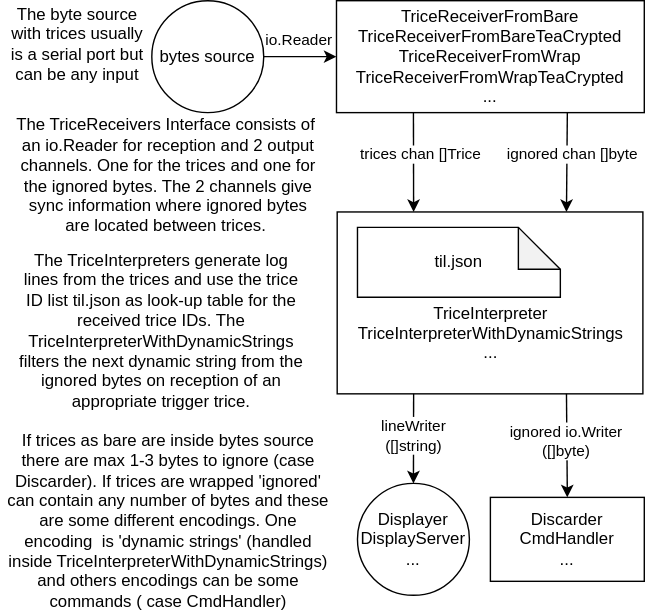
rokath/trice keeps this draw.io diagram as docs/README.media/TriceReceiver2.svg. Above is the earlier version. Source tidied: cells renumbered, new cells last; positions are measured from the earlier drawing's top-left corner, leaving out a move shared by most shapes.
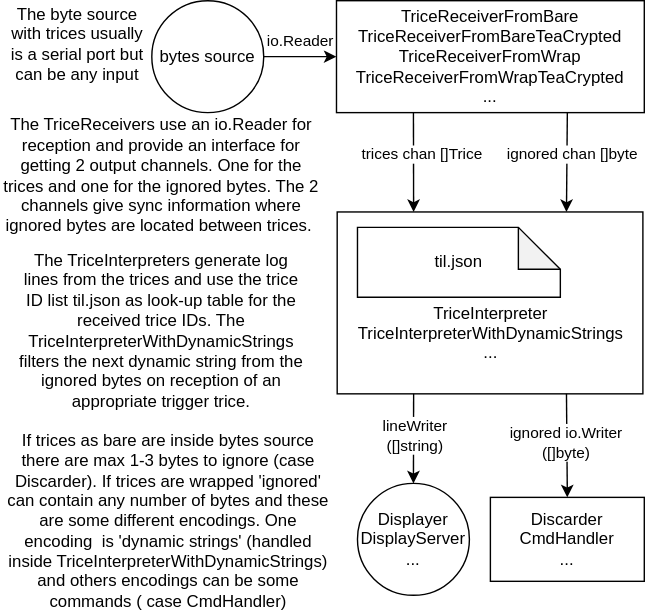
After the commit.

What changed in the source:
```diff
@@ -60,8 +60,8 @@
     <mxCell id="17" value="If trices as bare are inside bytes source there are max 1-3 bytes to ignore (case Discarder). If trices are wrapped 'ignored' can contain any number of bytes and these are some different encodings. One encoding&amp;nbsp; is 'dynamic strings' (handled inside TriceInterpreterWithDynamicStrings) and others encodings can be some commands ( case CmdHandler)" style="text;html=1;strokeColor=none;fillColor=none;align=center;verticalAlign=middle;whiteSpace=wrap;rounded=0;" parent="1" vertex="1">
       <mxGeometry y="308" width="240" height="127" as="geometry" />
     </mxCell>
-    <mxCell id="18" value="The TriceReceivers Interface consists of&amp;nbsp; an io.Reader for reception and 2 output channels. One for the trices and one for the ignored bytes. The 2 channels give sync information where ignored bytes are located between trices.&amp;nbsp;" style="text;html=1;strokeColor=none;fillColor=none;align=center;verticalAlign=middle;whiteSpace=wrap;rounded=0;" parent="1" vertex="1">
-      <mxGeometry x="10" y="80" width="220" height="90" as="geometry" />
+    <mxCell id="18" value="The TriceReceivers use an io.Reader for reception and provide an interface for getting 2 output channels. One for the trices and one for the ignored bytes. The 2 channels give sync information where ignored bytes are located between trices.&amp;nbsp;" style="text;html=1;strokeColor=none;fillColor=none;align=center;verticalAlign=middle;whiteSpace=wrap;rounded=0;" parent="1" vertex="1">
+      <mxGeometry y="80" width="230" height="90" as="geometry" />
     </mxCell>
     <mxCell id="19" value="The TriceInterpreters generate log lines from the trices and use the trice ID list til.json as look-up table for the received trice IDs. The TriceInterpreterWithDynamicStrings&lt;br&gt;filters the next dynamic string from the ignored bytes on reception of an appropriate trigger trice." style="text;html=1;strokeColor=none;fillColor=none;align=center;verticalAlign=middle;whiteSpace=wrap;rounded=0;" parent="1" vertex="1">
       <mxGeometry x="10" y="179" width="210" height="113" as="geometry" />
```
